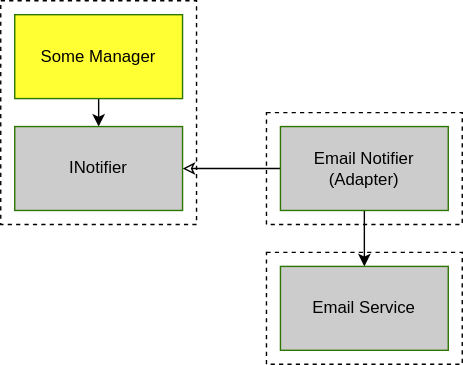
The draw.io diagram post-media/Notifications-Design/New-System-Diagram.drawio.svg in farlee2121/DevEssentialsBlog, before a commit. Source tidied: cells renumbered, new cells last; positions are measured from the earlier drawing's top-left corner, leaving out a move shared by most shapes.
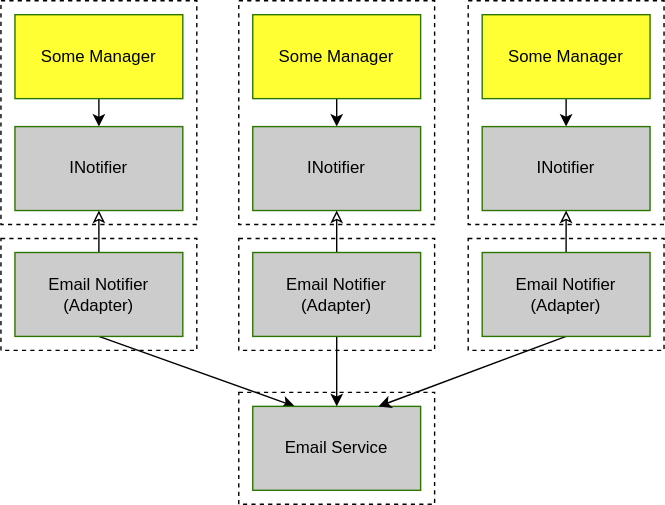
After the change.

What changed in the source:
```diff
@@ -2,35 +2,83 @@
   <root>
     <mxCell id="0" />
     <mxCell id="1" parent="0" />
+    <mxCell id="11" style="rounded=0;whiteSpace=wrap;html=1;fillColor=none;strokeColor=#000000;dashed=1;" parent="1" vertex="1">
+      <mxGeometry x="70" y="-30" width="140" height="160" as="geometry" />
+    </mxCell>
     <mxCell id="2" style="rounded=0;whiteSpace=wrap;html=1;fillColor=none;strokeColor=#000000;dashed=1;" parent="1" vertex="1">
-      <mxGeometry x="190" y="80" width="140" height="80" as="geometry" />
+      <mxGeometry x="70" y="140" width="140" height="80" as="geometry" />
     </mxCell>
     <mxCell id="3" style="rounded=0;whiteSpace=wrap;html=1;fillColor=none;strokeColor=#000000;dashed=1;" parent="1" vertex="1">
-      <mxGeometry x="190" y="180" width="140" height="80" as="geometry" />
+      <mxGeometry x="240" y="250" width="140" height="80" as="geometry" />
     </mxCell>
     <mxCell id="4" style="edgeStyle=none;rounded=0;jettySize=auto;html=1;strokeColor=#000000;" parent="1" edge="1" source="5" target="6">
       <mxGeometry relative="1" as="geometry" />
     </mxCell>
     <mxCell id="5" value="&lt;font color=&quot;#000000&quot;&gt;Some Manager&lt;/font&gt;" style="rounded=0;whiteSpace=wrap;html=1;fillColor=#FFFF33;strokeColor=#2D7600;fontColor=#ffffff;" parent="1" vertex="1">
-      <mxGeometry x="10" y="10" width="120" height="60" as="geometry" />
+      <mxGeometry x="80" y="-20" width="120" height="60" as="geometry" />
     </mxCell>
     <mxCell id="6" value="&lt;font color=&quot;#000000&quot;&gt;INotifier&lt;br&gt;&lt;/font&gt;" style="rounded=0;whiteSpace=wrap;html=1;fillColor=#CCCCCC;strokeColor=#2D7600;fontColor=#ffffff;" parent="1" vertex="1">
-      <mxGeometry x="10" y="90" width="120" height="60" as="geometry" />
+      <mxGeometry x="80" y="60" width="120" height="60" as="geometry" />
     </mxCell>
-    <mxCell id="7" style="edgeStyle=none;rounded=0;jettySize=auto;html=1;exitX=0.5;exitY=1;exitDx=0;exitDy=0;strokeColor=#000000;" parent="1" edge="1" source="9" target="10">
+    <mxCell id="7" style="edgeStyle=none;rounded=0;jettySize=auto;html=1;exitX=0.5;exitY=1;exitDx=0;exitDy=0;strokeColor=#000000;entryX=0.25;entryY=0;entryDx=0;entryDy=0;" parent="1" edge="1" source="9" target="10">
       <mxGeometry relative="1" as="geometry" />
     </mxCell>
-    <mxCell id="8" style="edgeStyle=orthogonalEdgeStyle;rounded=0;jettySize=auto;html=1;exitX=0;exitY=0.5;exitDx=0;exitDy=0;entryX=0.929;entryY=0.75;entryDx=0;entryDy=0;entryPerimeter=0;strokeColor=#000000;endArrow=classic;endFill=0;" parent="1" edge="1" source="9" target="11">
+    <mxCell id="8" style="edgeStyle=orthogonalEdgeStyle;rounded=0;jettySize=auto;html=1;exitX=0.5;exitY=0;exitDx=0;exitDy=0;strokeColor=#000000;endArrow=classic;endFill=0;entryX=0.5;entryY=1;entryDx=0;entryDy=0;" parent="1" edge="1" source="9" target="6">
       <mxGeometry relative="1" as="geometry" />
     </mxCell>
     <mxCell id="9" value="&lt;font color=&quot;#000000&quot;&gt;Email Notifier (Adapter)&lt;br&gt;&lt;/font&gt;" style="rounded=0;whiteSpace=wrap;html=1;fillColor=#CCCCCC;strokeColor=#2D7600;fontColor=#ffffff;" parent="1" vertex="1">
-      <mxGeometry x="200" y="90" width="120" height="60" as="geometry" />
+      <mxGeometry x="80" y="150" width="120" height="60" as="geometry" />
     </mxCell>
     <mxCell id="10" value="&lt;font color=&quot;#000000&quot;&gt;Email Service&lt;/font&gt;" style="rounded=0;whiteSpace=wrap;html=1;fillColor=#CCCCCC;strokeColor=#2D7600;fontColor=#ffffff;" parent="1" vertex="1">
-      <mxGeometry x="200" y="190" width="120" height="60" as="geometry" />
+      <mxGeometry x="250" y="260" width="120" height="60" as="geometry" />
     </mxCell>
-    <mxCell id="11" style="rounded=0;whiteSpace=wrap;html=1;fillColor=none;strokeColor=#000000;dashed=1;" parent="1" vertex="1">
-      <mxGeometry width="140" height="160" as="geometry" />
-    </mxCell>
+    <mxCell id="12" style="rounded=0;whiteSpace=wrap;html=1;fillColor=none;strokeColor=#000000;dashed=1;" parent="1" vertex="1">
+      <mxGeometry x="240" y="-30" width="140" height="160" as="geometry" />
+    </mxCell>
+    <mxCell id="13" style="rounded=0;whiteSpace=wrap;html=1;fillColor=none;strokeColor=#000000;dashed=1;" parent="1" vertex="1">
+      <mxGeometry x="240" y="140" width="140" height="80" as="geometry" />
+    </mxCell>
+    <mxCell id="14" style="edgeStyle=none;rounded=0;jettySize=auto;html=1;strokeColor=#000000;" parent="1" edge="1" source="15" target="16">
+      <mxGeometry relative="1" as="geometry" />
+    </mxCell>
+    <mxCell id="15" value="&lt;font color=&quot;#000000&quot;&gt;Some Manager&lt;/font&gt;" style="rounded=0;whiteSpace=wrap;html=1;fillColor=#FFFF33;strokeColor=#2D7600;fontColor=#ffffff;" parent="1" vertex="1">
+      <mxGeometry x="250" y="-20" width="120" height="60" as="geometry" />
+    </mxCell>
+    <mxCell id="16" value="&lt;font color=&quot;#000000&quot;&gt;INotifier&lt;br&gt;&lt;/font&gt;" style="rounded=0;whiteSpace=wrap;html=1;fillColor=#CCCCCC;strokeColor=#2D7600;fontColor=#ffffff;" parent="1" vertex="1">
+      <mxGeometry x="250" y="60" width="120" height="60" as="geometry" />
+    </mxCell>
+    <mxCell id="17" style="edgeStyle=orthogonalEdgeStyle;rounded=0;jettySize=auto;html=1;exitX=0.5;exitY=0;exitDx=0;exitDy=0;strokeColor=#000000;endArrow=classic;endFill=0;entryX=0.5;entryY=1;entryDx=0;entryDy=0;" parent="1" edge="1" source="19" target="16">
+      <mxGeometry relative="1" as="geometry" />
+    </mxCell>
+    <mxCell id="18" style="edgeStyle=none;rounded=0;jettySize=auto;html=1;exitX=0.5;exitY=1;exitDx=0;exitDy=0;entryX=0.5;entryY=0;entryDx=0;entryDy=0;strokeColor=#000000;" parent="1" edge="1" source="19" target="10">
+      <mxGeometry relative="1" as="geometry" />
+    </mxCell>
+    <mxCell id="19" value="&lt;font color=&quot;#000000&quot;&gt;Email Notifier (Adapter)&lt;br&gt;&lt;/font&gt;" style="rounded=0;whiteSpace=wrap;html=1;fillColor=#CCCCCC;strokeColor=#2D7600;fontColor=#ffffff;" parent="1" vertex="1">
+      <mxGeometry x="250" y="150" width="120" height="60" as="geometry" />
+    </mxCell>
+    <mxCell id="20" style="rounded=0;whiteSpace=wrap;html=1;fillColor=none;strokeColor=#000000;dashed=1;" parent="1" vertex="1">
+      <mxGeometry x="404" y="-30" width="140" height="160" as="geometry" />
+    </mxCell>
+    <mxCell id="21" style="rounded=0;whiteSpace=wrap;html=1;fillColor=none;strokeColor=#000000;dashed=1;" parent="1" vertex="1">
+      <mxGeometry x="404" y="140" width="140" height="80" as="geometry" />
+    </mxCell>
+    <mxCell id="22" style="edgeStyle=none;rounded=0;jettySize=auto;html=1;strokeColor=#000000;" parent="1" edge="1" source="23" target="24">
+      <mxGeometry relative="1" as="geometry" />
+    </mxCell>
+    <mxCell id="23" value="&lt;font color=&quot;#000000&quot;&gt;Some Manager&lt;/font&gt;" style="rounded=0;whiteSpace=wrap;html=1;fillColor=#FFFF33;strokeColor=#2D7600;fontColor=#ffffff;" parent="1" vertex="1">
+      <mxGeometry x="414" y="-20" width="120" height="60" as="geometry" />
+    </mxCell>
+    <mxCell id="24" value="&lt;font color=&quot;#000000&quot;&gt;INotifier&lt;br&gt;&lt;/font&gt;" style="rounded=0;whiteSpace=wrap;html=1;fillColor=#CCCCCC;strokeColor=#2D7600;fontColor=#ffffff;" parent="1" vertex="1">
+      <mxGeometry x="414" y="60" width="120" height="60" as="geometry" />
+    </mxCell>
+    <mxCell id="25" style="edgeStyle=orthogonalEdgeStyle;rounded=0;jettySize=auto;html=1;exitX=0.5;exitY=0;exitDx=0;exitDy=0;strokeColor=#000000;endArrow=classic;endFill=0;entryX=0.5;entryY=1;entryDx=0;entryDy=0;" parent="1" edge="1" source="27" target="24">
+      <mxGeometry relative="1" as="geometry" />
+    </mxCell>
+    <mxCell id="26" style="edgeStyle=none;rounded=0;jettySize=auto;html=1;exitX=0.5;exitY=1;exitDx=0;exitDy=0;entryX=0.75;entryY=0;entryDx=0;entryDy=0;strokeColor=#000000;" parent="1" edge="1" source="27" target="10">
+      <mxGeometry relative="1" as="geometry" />
+    </mxCell>
+    <mxCell id="27" value="&lt;font color=&quot;#000000&quot;&gt;Email Notifier (Adapter)&lt;br&gt;&lt;/font&gt;" style="rounded=0;whiteSpace=wrap;html=1;fillColor=#CCCCCC;strokeColor=#2D7600;fontColor=#ffffff;" parent="1" vertex="1">
+      <mxGeometry x="414" y="150" width="120" height="60" as="geometry" />
+    </mxCell>
   </root>
 </mxGraphModel>
```
